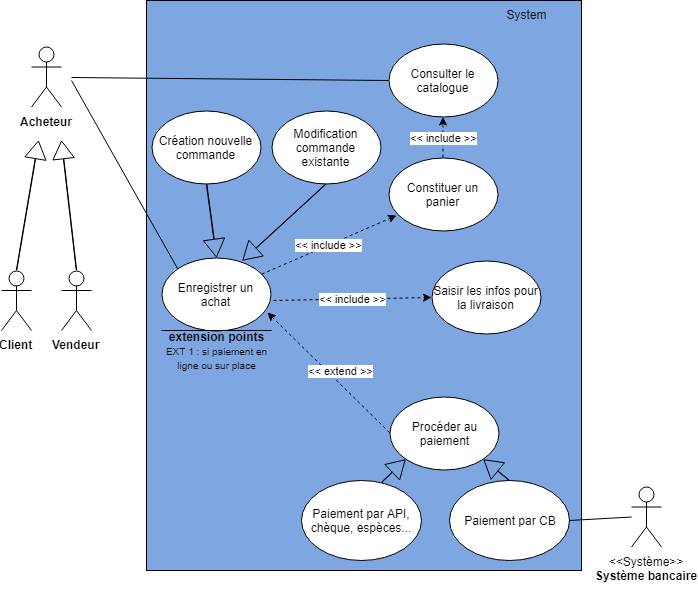
Earlier version of the draw.io export Diagrammes/Diagramme CU Gestion achat.png (Siridian/OCPizzaSpecFonc). Source tidied: cells renumbered, new cells last; positions are measured from the earlier drawing's top-left corner, leaving out a move shared by most shapes.
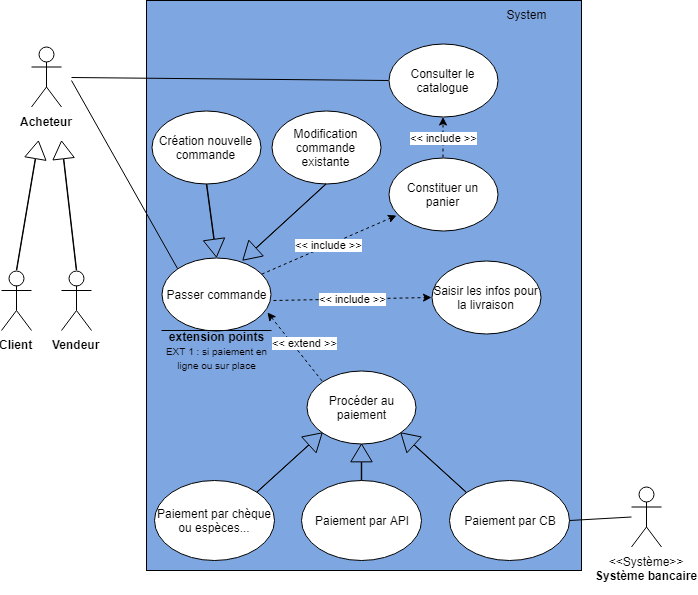
After the commit.

Diff of the diagram source:
```diff
@@ -30,7 +30,7 @@
     <mxCell id="9" value="Modification commande existante" style="ellipse;whiteSpace=wrap;html=1;" parent="1" vertex="1">
       <mxGeometry x="270" y="110" width="109" height="73" as="geometry" />
     </mxCell>
-    <mxCell id="10" value="Enregistrer un achat" style="ellipse;whiteSpace=wrap;html=1;" parent="1" vertex="1">
+    <mxCell id="10" value="Passer commande" style="ellipse;whiteSpace=wrap;html=1;" parent="1" vertex="1">
       <mxGeometry x="160" y="257" width="109" height="73" as="geometry" />
     </mxCell>
     <mxCell id="11" value="Constituer un panier&lt;br&gt;" style="ellipse;whiteSpace=wrap;html=1;" parent="1" vertex="1">
@@ -40,7 +40,7 @@
       <mxGeometry x="430" y="260.5" width="109" height="73" as="geometry" />
     </mxCell>
     <mxCell id="13" value="Procéder au paiement&lt;br&gt;" style="ellipse;whiteSpace=wrap;html=1;" parent="1" vertex="1">
-      <mxGeometry x="388.5" y="396.5" width="109" height="73" as="geometry" />
+      <mxGeometry x="305.5" y="370" width="109" height="73" as="geometry" />
     </mxCell>
     <mxCell id="14" style="endArrow=none;html=1;endFill=0;entryX=0;entryY=0.5;entryDx=0;entryDy=0;" parent="1" edge="1" target="5">
       <mxGeometry relative="1" as="geometry">
@@ -58,7 +58,7 @@
     <mxCell id="17" value="&amp;lt;&amp;lt; include &amp;gt;&amp;gt;" style="endArrow=classic;html=1;dashed=1;" parent="1" edge="1" source="11" target="5">
       <mxGeometry relative="1" as="geometry" />
     </mxCell>
-    <mxCell id="18" value="&amp;lt;&amp;lt; extend &amp;gt;&amp;gt;" style="endArrow=none;html=1;dashed=1;exitX=0.968;exitY=0.758;exitDx=0;exitDy=0;exitPerimeter=0;entryX=0;entryY=0.5;entryDx=0;entryDy=0;startArrow=classic;startFill=1;endFill=0;" parent="1" edge="1" source="10" target="13">
+    <mxCell id="18" value="&amp;lt;&amp;lt; extend &amp;gt;&amp;gt;" style="endArrow=none;html=1;dashed=1;exitX=0.968;exitY=0.758;exitDx=0;exitDy=0;exitPerimeter=0;entryX=0;entryY=0;entryDx=0;entryDy=0;startArrow=classic;startFill=1;endFill=0;" parent="1" edge="1" source="10" target="13">
       <mxGeometry x="0.07" y="10" relative="1" as="geometry" />
     </mxCell>
     <mxCell id="19" value="&amp;lt;&amp;lt; include &amp;gt;&amp;gt;" style="endArrow=classic;html=1;dashed=1;exitX=1.032;exitY=0.594;exitDx=0;exitDy=0;exitPerimeter=0;entryX=0;entryY=0.5;entryDx=0;entryDy=0;" parent="1" edge="1" source="10" target="12">
@@ -70,13 +70,13 @@
     <mxCell id="21" value="Paiement par CB" style="ellipse;whiteSpace=wrap;html=1;" parent="1" vertex="1">
       <mxGeometry x="447.5" y="480" width="120" height="80" as="geometry" />
     </mxCell>
-    <mxCell id="22" value="Paiement par API, chèque, espèces..." style="ellipse;whiteSpace=wrap;html=1;" parent="1" vertex="1">
+    <mxCell id="22" value="Paiement par API" style="ellipse;whiteSpace=wrap;html=1;" parent="1" vertex="1">
       <mxGeometry x="300" y="480" width="120" height="80" as="geometry" />
     </mxCell>
-    <mxCell id="23" style="shape=flexArrow;endArrow=classic;html=1;width=0.4;endSize=5.616;exitX=0.667;exitY=0.019;exitDx=0;exitDy=0;entryX=0;entryY=1;entryDx=0;entryDy=0;exitPerimeter=0;" parent="1" edge="1" source="22" target="13">
+    <mxCell id="23" style="shape=flexArrow;endArrow=classic;html=1;width=0.4;endSize=5.616;exitX=0.5;exitY=0;exitDx=0;exitDy=0;entryX=0.5;entryY=1;entryDx=0;entryDy=0;" parent="1" edge="1" source="22" target="13">
       <mxGeometry relative="1" as="geometry" />
     </mxCell>
-    <mxCell id="24" style="shape=flexArrow;endArrow=classic;html=1;width=0.4;endSize=5.616;exitX=0.5;exitY=0;exitDx=0;exitDy=0;entryX=1;entryY=1;entryDx=0;entryDy=0;" parent="1" edge="1" source="21" target="13">
+    <mxCell id="24" style="shape=flexArrow;endArrow=classic;html=1;width=0.4;endSize=5.616;exitX=0;exitY=0;exitDx=0;exitDy=0;entryX=1;entryY=1;entryDx=0;entryDy=0;" parent="1" edge="1" source="21" target="13">
       <mxGeometry relative="1" as="geometry" />
     </mxCell>
     <mxCell id="25" style="endArrow=none;html=1;endFill=0;exitX=1;exitY=0.5;exitDx=0;exitDy=0;" parent="1" edge="1" source="21">
@@ -102,5 +102,11 @@
     <mxCell id="30" style="shape=flexArrow;endArrow=classic;html=1;width=0.4;endSize=5.616;exitX=0.5;exitY=1;exitDx=0;exitDy=0;entryX=0.5;entryY=0;entryDx=0;entryDy=0;" parent="1" edge="1" source="28" target="10">
       <mxGeometry relative="1" as="geometry" />
     </mxCell>
+    <mxCell id="31" value="Paiement par chèque ou espèces..." style="ellipse;whiteSpace=wrap;html=1;" parent="1" vertex="1">
+      <mxGeometry x="152.5" y="480" width="120" height="80" as="geometry" />
+    </mxCell>
+    <mxCell id="32" style="shape=flexArrow;endArrow=classic;html=1;width=0.4;endSize=5.616;exitX=1;exitY=0;exitDx=0;exitDy=0;entryX=0;entryY=1;entryDx=0;entryDy=0;" parent="1" edge="1" source="31" target="13">
+      <mxGeometry relative="1" as="geometry" />
+    </mxCell>
   </root>
 </mxGraphModel>
```
